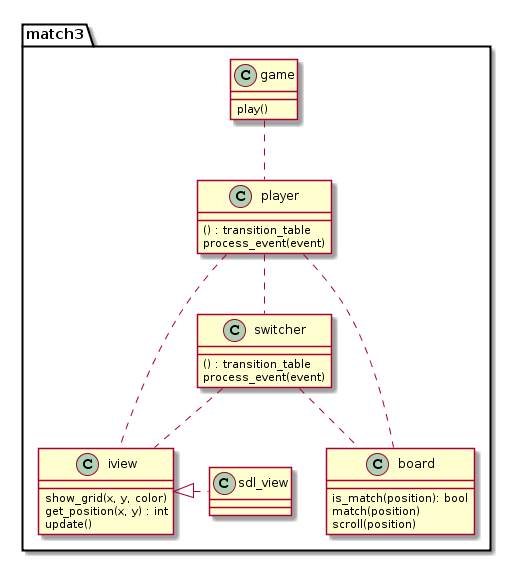
krzysztof-jusiak/match3 keeps this PlantUML diagram as docs/meetingcpp-2016/images/design.png. Above is the earlier version.
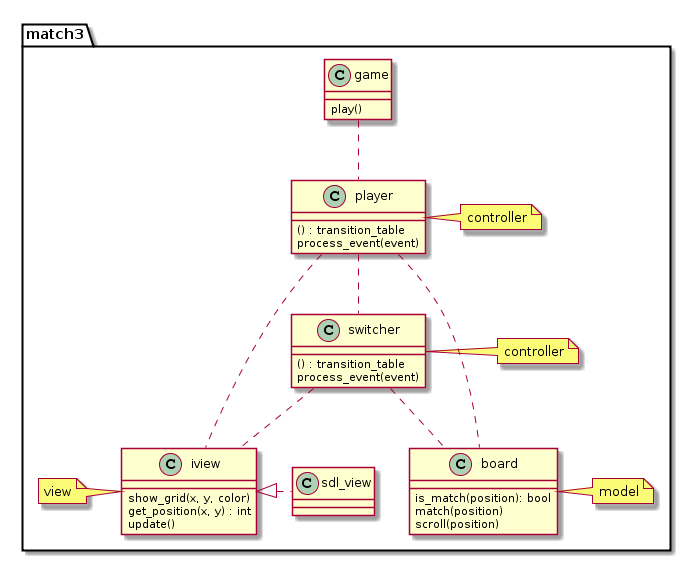
After the commit.

What changed in the source:
```diff
@@ -5,11 +5,15 @@
   play()
 }
 
+note right of board: model
+
 class board {
   is_match(position): bool
   match(position)
   scroll(position)
 }
+
+note left of iview: view
 
 class iview {
   show_grid(x, y, color)
@@ -18,10 +22,14 @@
 }
 
 
+note right of player: controller
+
 class player {
   () : transition_table
   process_event(event)
 }
+
+note right of switcher: controller
 
 class switcher {
   () : transition_table
```
